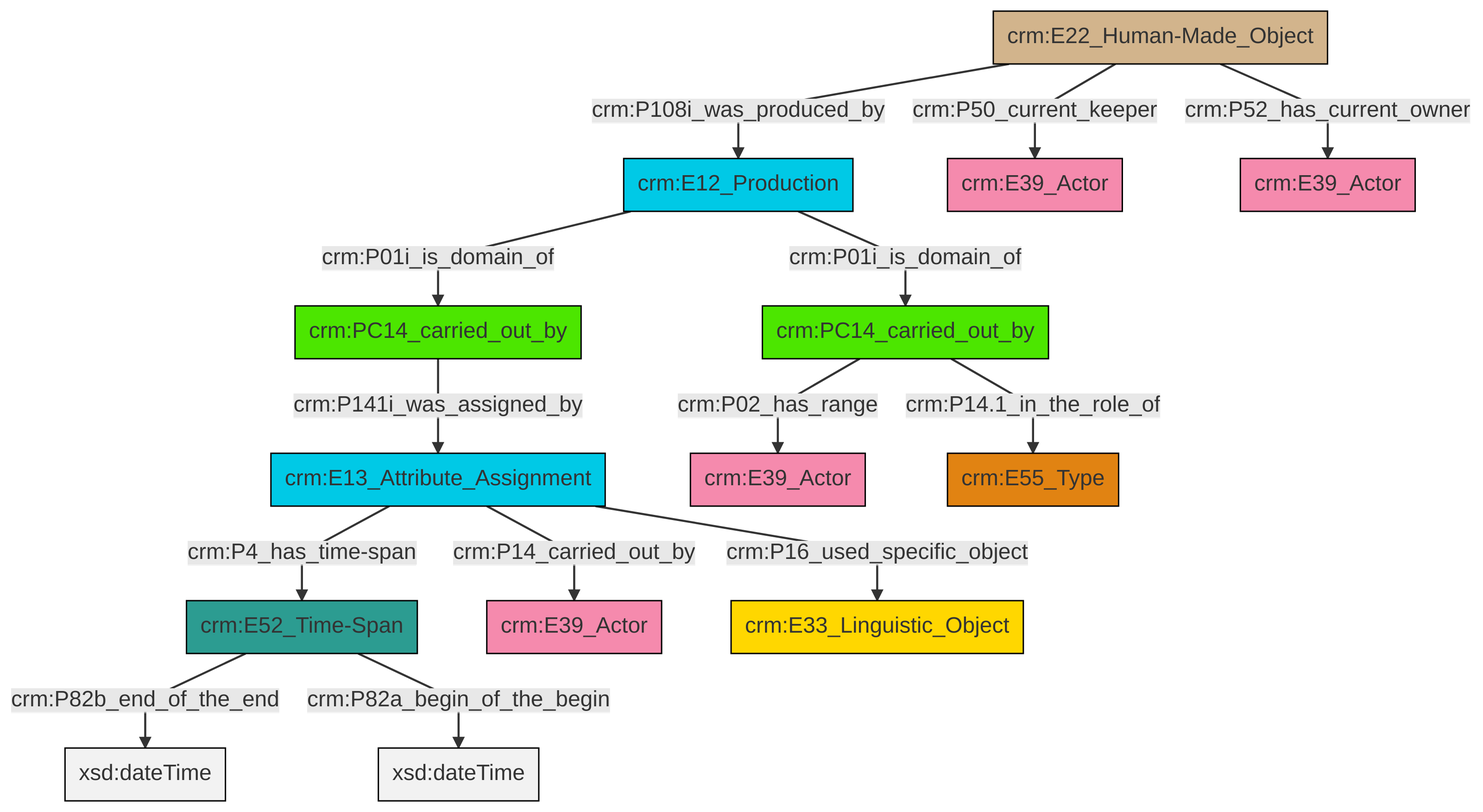
The Mermaid diagram et/carrierCSV/ttl/mmd/png/carrier_relations.png in swiss-art-research-net/docs.swissartresearch, before a commit. Its source is kept beside it as et/carrierCSV/ttl/mmd/carrier_relations.ttl.mmd.
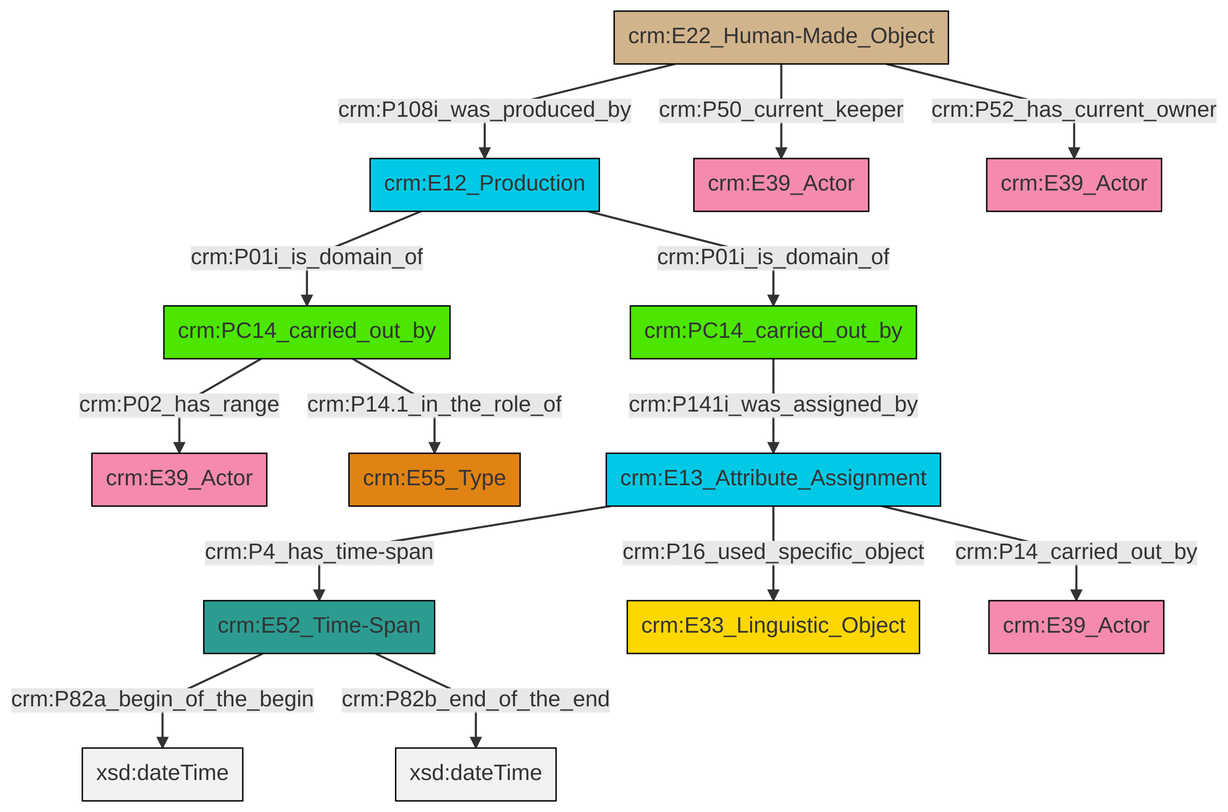
Later version of the same file.

The edit, as a diff of the source:
```diff
@@ -13,16 +13,16 @@
 classDef PC_Classes fill:#4ce600, stroke:#000000;
 classDef Multi fill:#cccccc,stroke:#000000;
 
-2["crm:E22_Human-Made_Object"]:::Physical_Thing -->|crm:P108i_was_produced_by| 3["crm:E12_Production"]:::Temporal_Entity
-4["crm:E52_Time-Span"]:::Time-Span -->|crm:P82b_end_of_the_end| 5[xsd:dateTime]:::Literal
-0["crm:PC14_carried_out_by"]:::PC_Classes -->|crm:P141i_was_assigned_by| 7["crm:E13_Attribute_Assignment"]:::Temporal_Entity
-9["crm:PC14_carried_out_by"]:::PC_Classes -->|crm:P02_has_range| 10["crm:E39_Actor"]:::Actor
-7["crm:E13_Attribute_Assignment"]:::Temporal_Entity -->|crm:P14_carried_out_by| 12["crm:E39_Actor"]:::Actor
-3["crm:E12_Production"]:::Temporal_Entity -->|crm:P01i_is_domain_of| 0["crm:PC14_carried_out_by"]:::PC_Classes
-4["crm:E52_Time-Span"]:::Time-Span -->|crm:P82a_begin_of_the_begin| 13[xsd:dateTime]:::Literal
-7["crm:E13_Attribute_Assignment"]:::Temporal_Entity -->|crm:P16_used_specific_object| 15["crm:E33_Linguistic_Object"]:::Conceptual_Object
-2["crm:E22_Human-Made_Object"]:::Physical_Thing -->|crm:P50_current_keeper| 18["crm:E39_Actor"]:::Actor
-7["crm:E13_Attribute_Assignment"]:::Temporal_Entity -->|crm:P4_has_time-span| 4["crm:E52_Time-Span"]:::Time-Span
-3["crm:E12_Production"]:::Temporal_Entity -->|crm:P01i_is_domain_of| 9["crm:PC14_carried_out_by"]:::PC_Classes
-9["crm:PC14_carried_out_by"]:::PC_Classes -->|crm:P14.1_in_the_role_of| 19["crm:E55_Type"]:::Type
-2["crm:E22_Human-Made_Object"]:::Physical_Thing -->|crm:P52_has_current_owner| 24["crm:E39_Actor"]:::Actor
+0["crm:E12_Production"]:::Temporal_Entity -->|crm:P01i_is_domain_of| 1["crm:PC14_carried_out_by"]:::PC_Classes
+2["crm:E22_Human-Made_Object"]:::Physical_Thing -->|crm:P108i_was_produced_by| 0["crm:E12_Production"]:::Temporal_Entity
+7["crm:E13_Attribute_Assignment"]:::Temporal_Entity -->|crm:P4_has_time-span| 8["crm:E52_Time-Span"]:::Time-Span
+7["crm:E13_Attribute_Assignment"]:::Temporal_Entity -->|crm:P16_used_specific_object| 3["crm:E33_Linguistic_Object"]:::Conceptual_Object
+0["crm:E12_Production"]:::Temporal_Entity -->|crm:P01i_is_domain_of| 11["crm:PC14_carried_out_by"]:::PC_Classes
+1["crm:PC14_carried_out_by"]:::PC_Classes -->|crm:P02_has_range| 5["crm:E39_Actor"]:::Actor
+2["crm:E22_Human-Made_Object"]:::Physical_Thing -->|crm:P50_current_keeper| 14["crm:E39_Actor"]:::Actor
+8["crm:E52_Time-Span"]:::Time-Span -->|crm:P82a_begin_of_the_begin| 23[xsd:dateTime]:::Literal
+11["crm:PC14_carried_out_by"]:::PC_Classes -->|crm:P141i_was_assigned_by| 7["crm:E13_Attribute_Assignment"]:::Temporal_Entity
+8["crm:E52_Time-Span"]:::Time-Span -->|crm:P82b_end_of_the_end| 24[xsd:dateTime]:::Literal
+7["crm:E13_Attribute_Assignment"]:::Temporal_Entity -->|crm:P14_carried_out_by| 16["crm:E39_Actor"]:::Actor
+1["crm:PC14_carried_out_by"]:::PC_Classes -->|crm:P14.1_in_the_role_of| 18["crm:E55_Type"]:::Type
+2["crm:E22_Human-Made_Object"]:::Physical_Thing -->|crm:P52_has_current_owner| 20["crm:E39_Actor"]:::Actor
```
